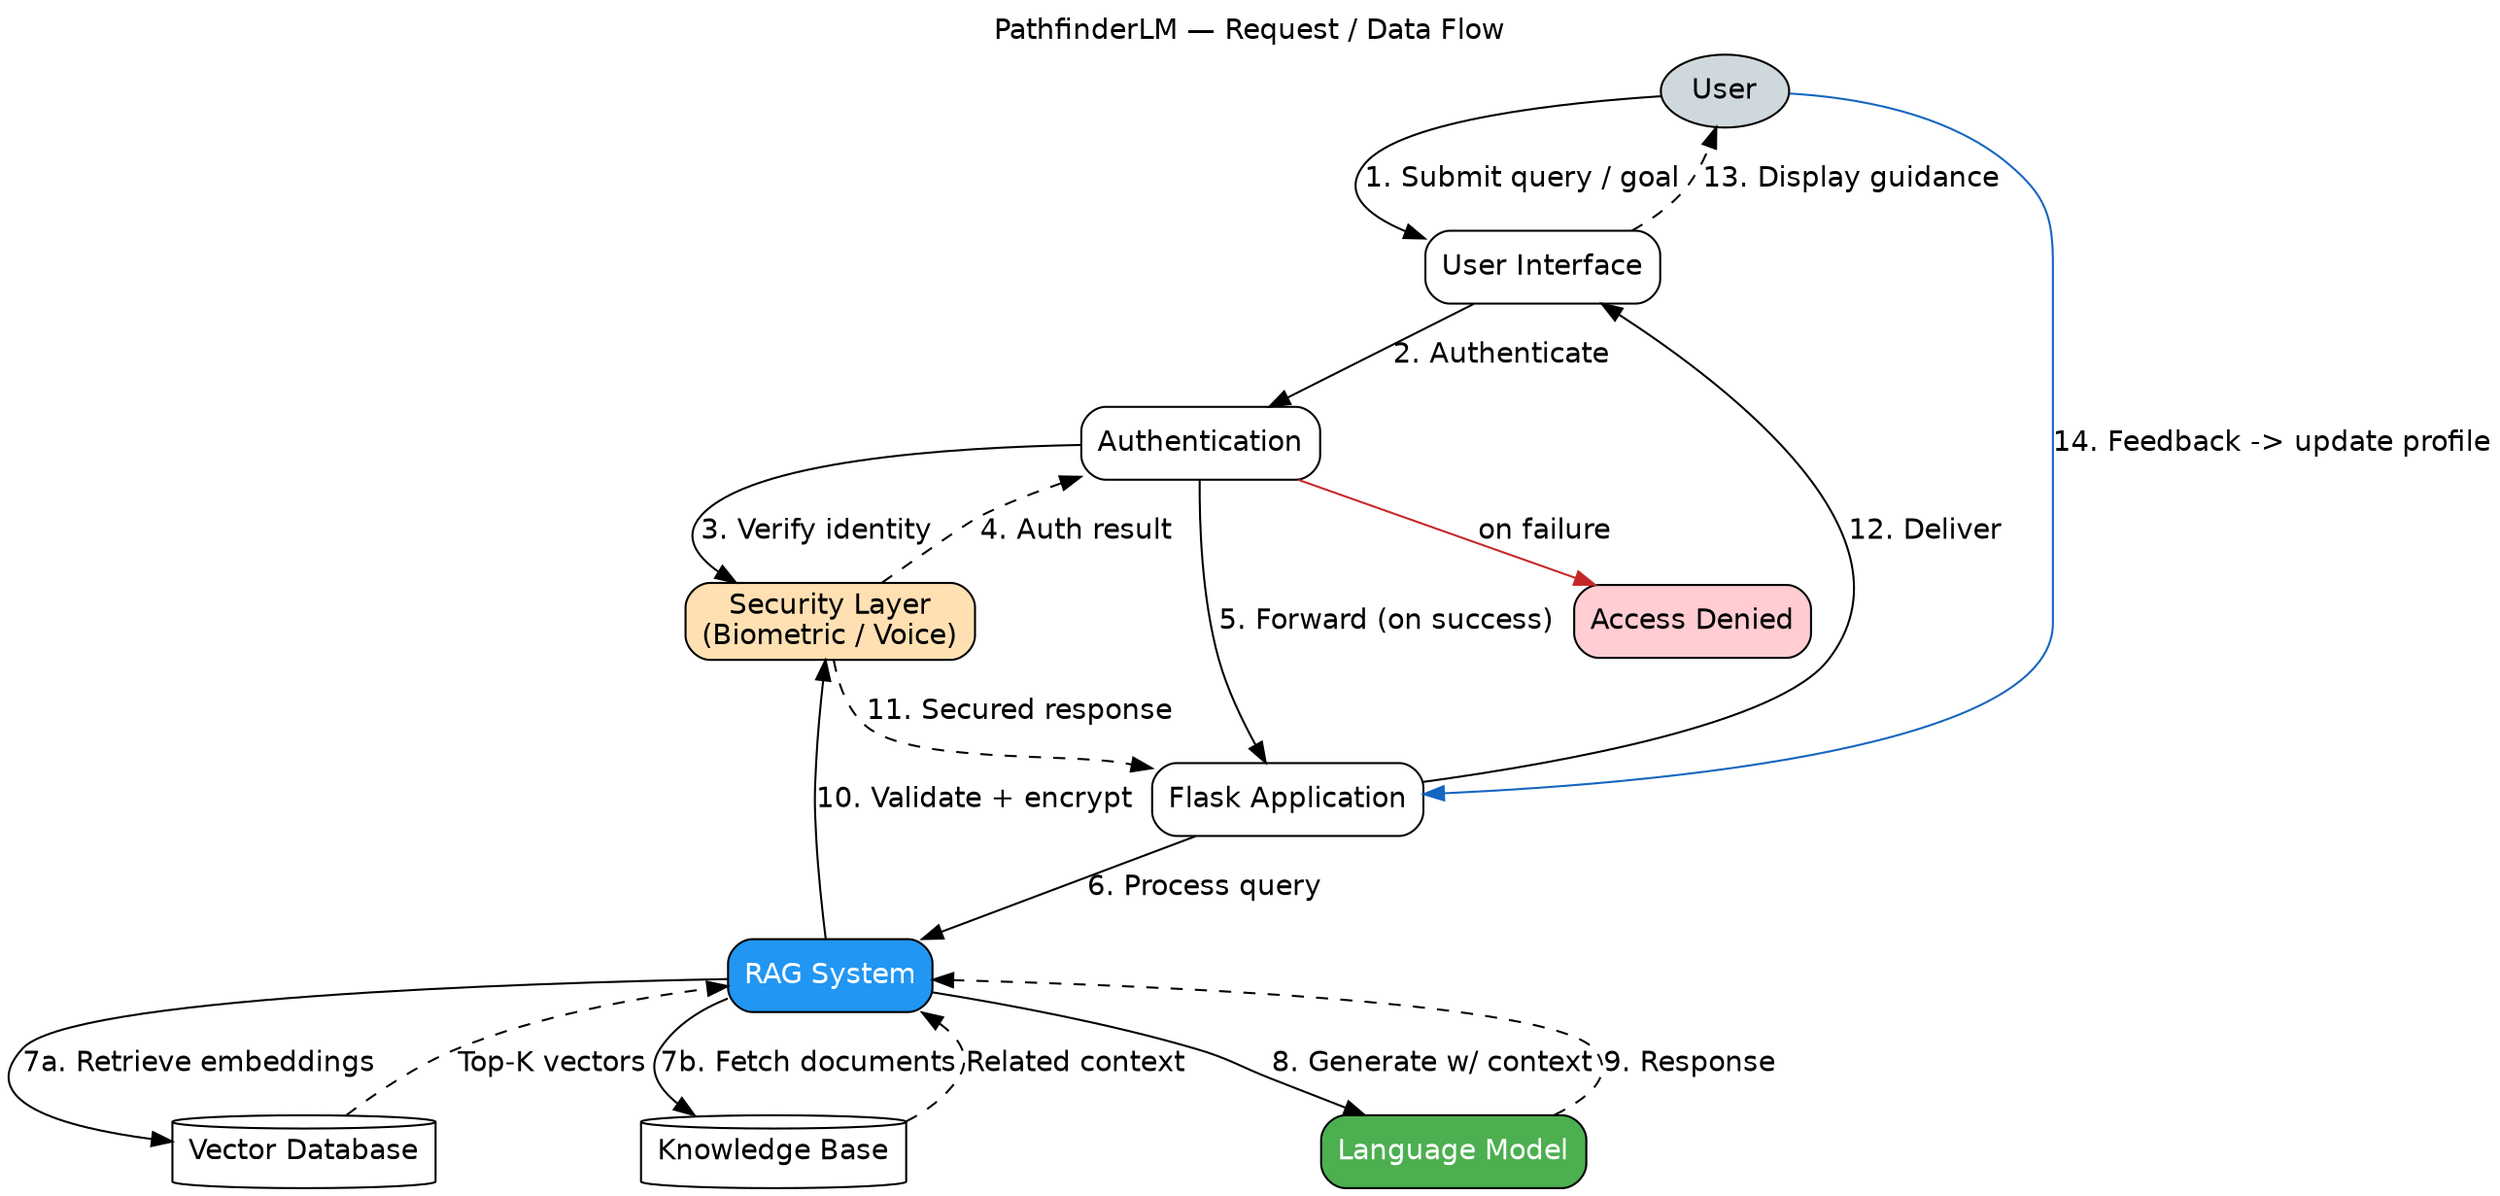
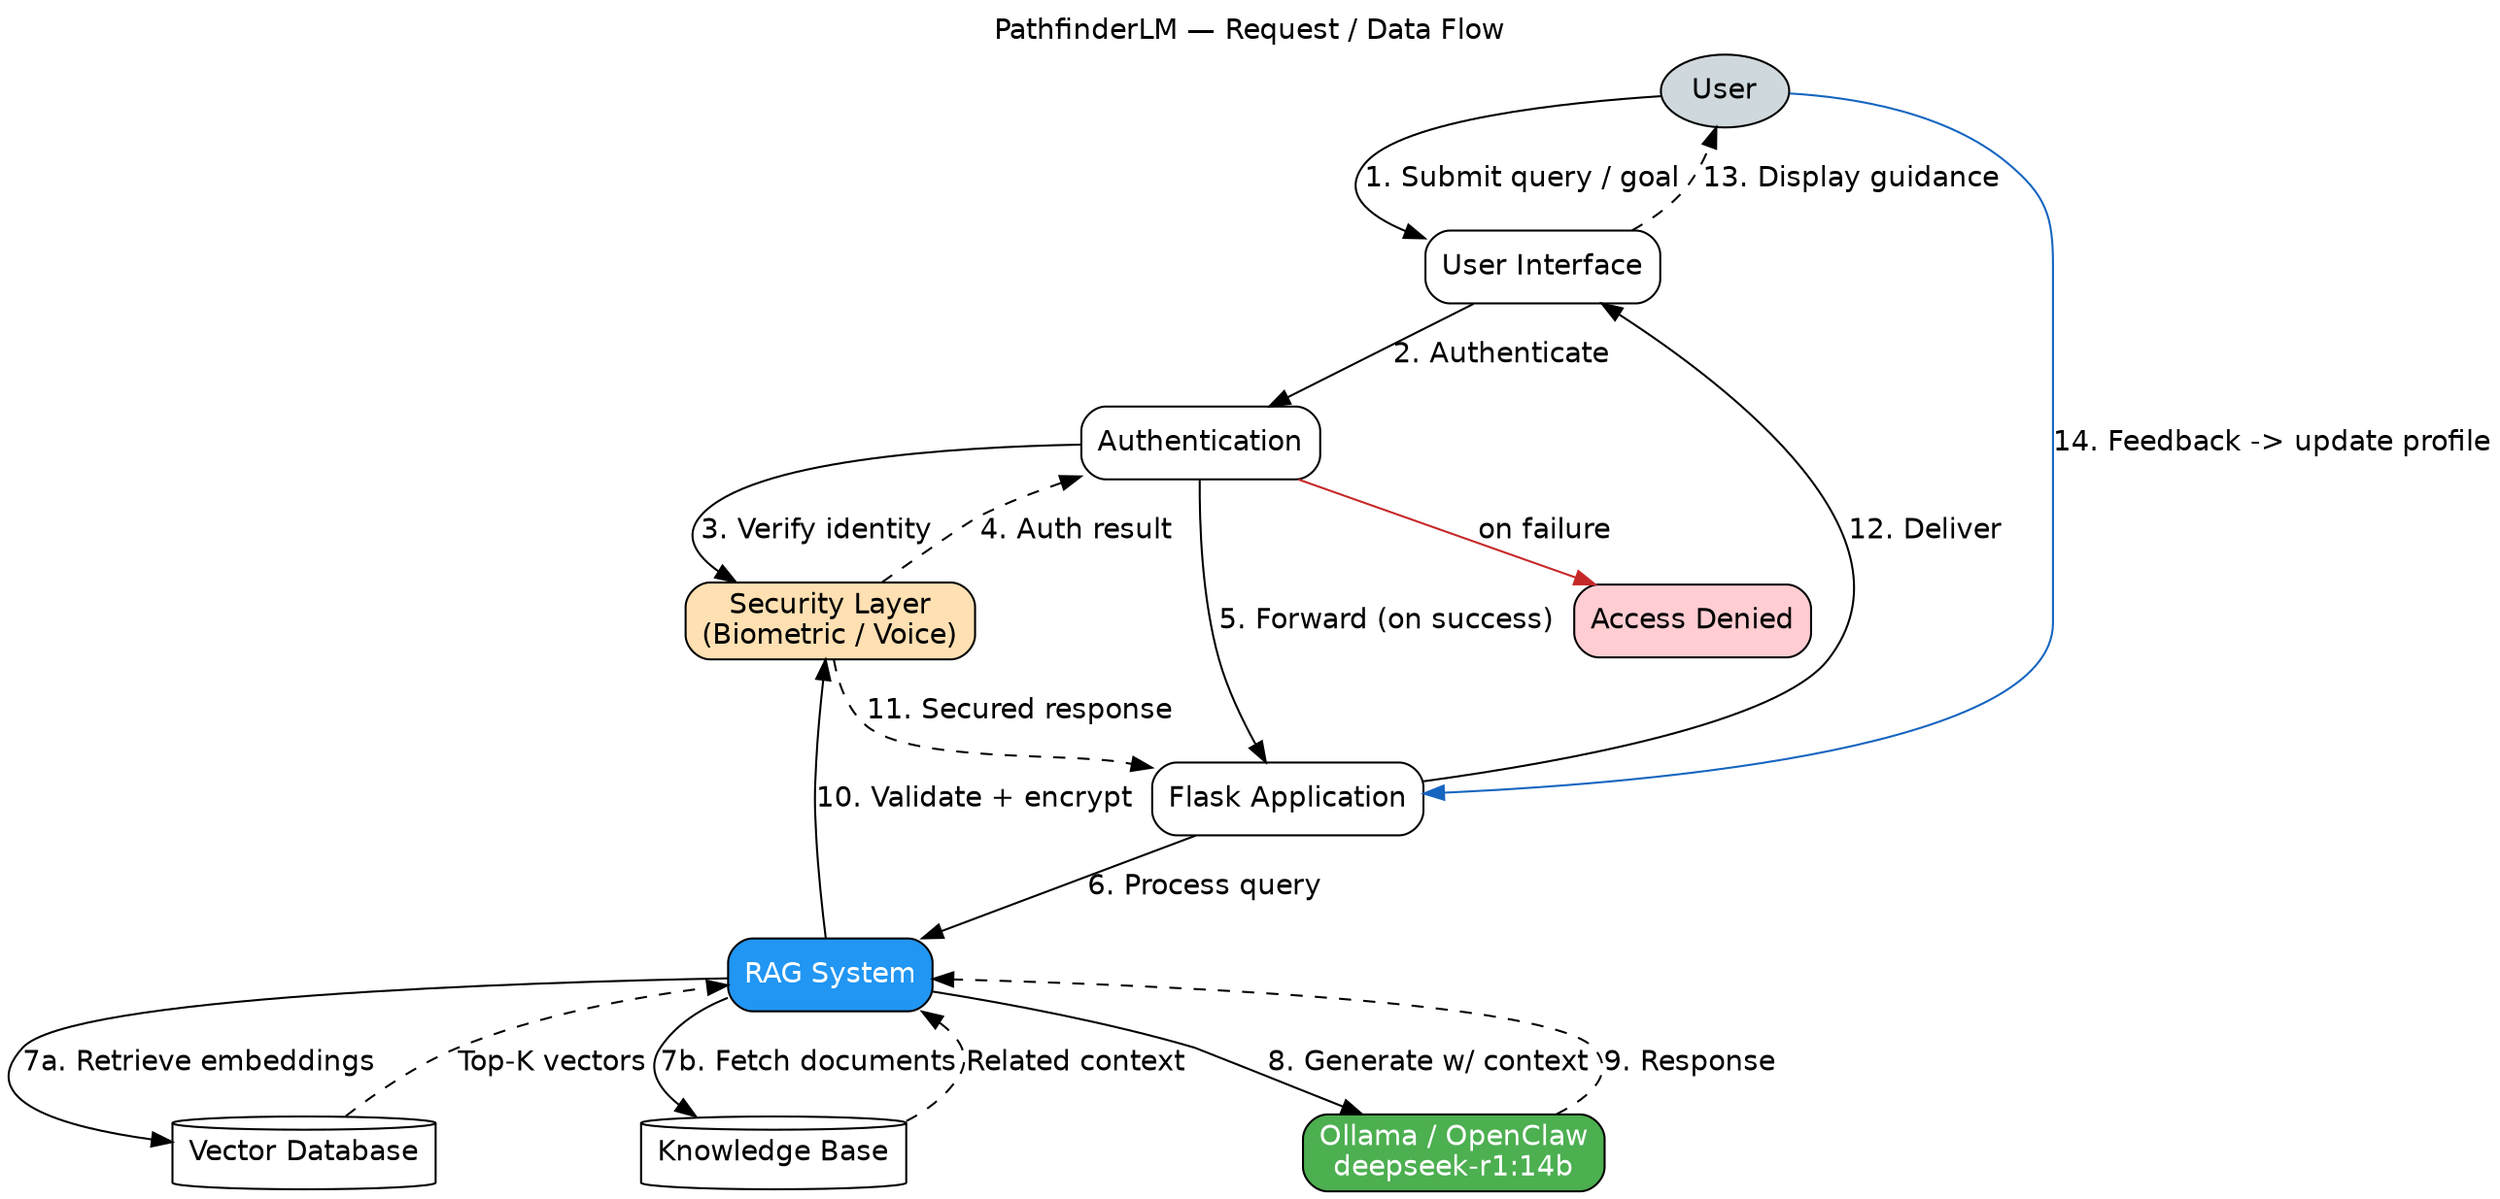
// PathfinderLM — Data Flow (request lifecycle)
// Original was a Mermaid sequence diagram; rendered here as a directed flow.
// Render: dot -Tpng data_flow.dot -o data_flow.png
//         dot -Tsvg data_flow.dot -o data_flow.svg
digraph DataFlow {
    rankdir=TB;
    fontname="Helvetica";
    labelloc="t";
    label="PathfinderLM — Request / Data Flow";
    node [shape=box, style="rounded,filled", fontname="Helvetica", fillcolor="#FFFFFF"];
    edge [fontname="Helvetica"];

    U   [label="User", shape=ellipse, fillcolor="#CFD8DC"];
    UI  [label="User Interface"];
    Auth[label="Authentication"];
    Sec [label="Security Layer\n(Biometric / Voice)", fillcolor="#FFE0B2"];
    App [label="Flask Application"];
    RAG [label="RAG System", fillcolor="#2196F3", fontcolor="white"];
    DB  [label="Vector Database", shape=cylinder];
    KB  [label="Knowledge Base", shape=cylinder];
-     LM  [label="Language Model", fillcolor="#4CAF50", fontcolor="white"];
+     LM  [label="Ollama / OpenClaw\ndeepseek-r1:14b", fillcolor="#4CAF50", fontcolor="white"];
    Deny[label="Access Denied", fillcolor="#FFCDD2"];

    U  -> UI   [label="1. Submit query / goal"];
    UI -> Auth [label="2. Authenticate"];
    Auth -> Sec[label="3. Verify identity"];
    Sec -> Auth[label="4. Auth result", style=dashed];
    Auth -> Deny [label="on failure", color="#C62828"];
    Auth -> App [label="5. Forward (on success)"];
    App -> RAG [label="6. Process query"];
    RAG -> DB  [label="7a. Retrieve embeddings"];
    RAG -> KB  [label="7b. Fetch documents"];
    DB -> RAG  [label="Top-K vectors", style=dashed];
    KB -> RAG  [label="Related context", style=dashed];
    RAG -> LM  [label="8. Generate w/ context"];
    LM -> RAG  [label="9. Response", style=dashed];
    RAG -> Sec [label="10. Validate + encrypt"];
    Sec -> App [label="11. Secured response", style=dashed];
    App -> UI  [label="12. Deliver"];
    UI -> U    [label="13. Display guidance", style=dashed];
    U  -> App  [label="14. Feedback -> update profile", color="#1565C0"];
}
